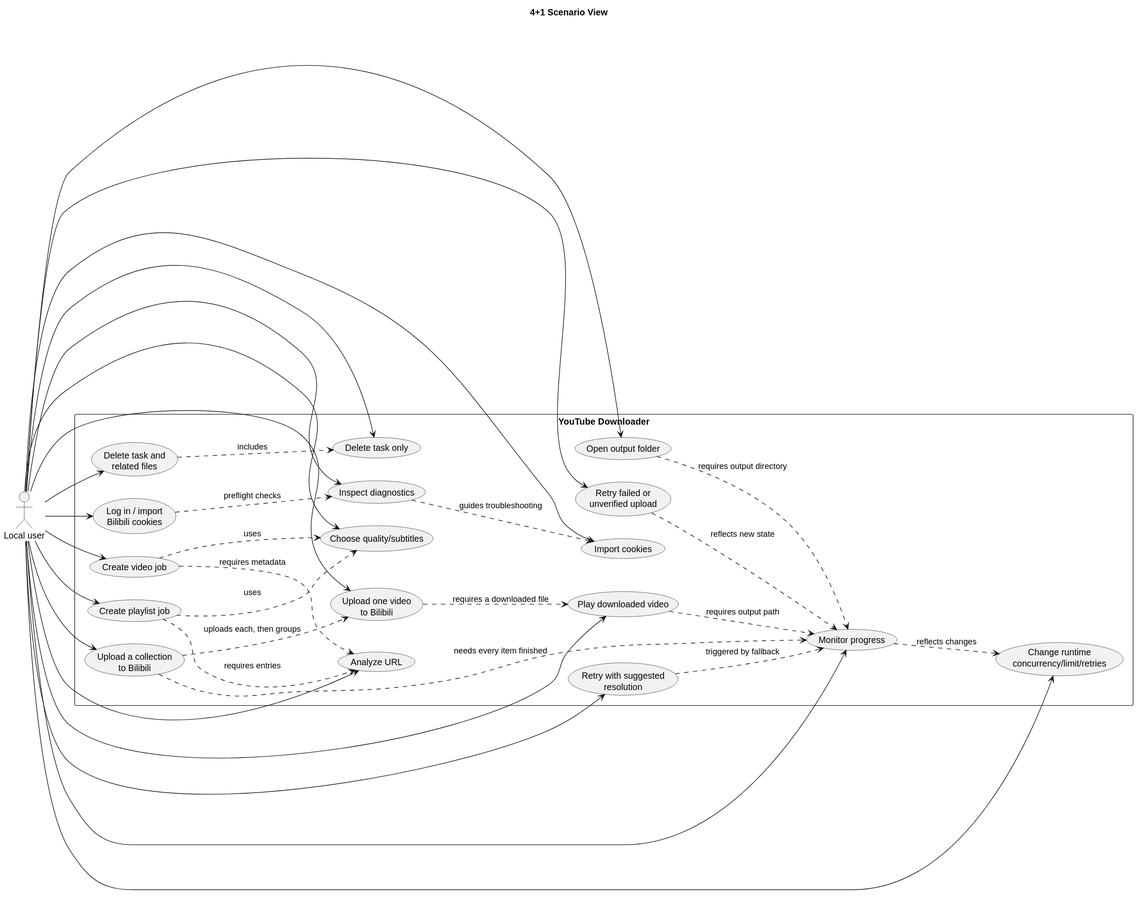
0xaiio/cascade keeps this PlantUML diagram as docs/assets/diagrams/four-plus-one-scenario-view.svg. Above is the earlier version. Its diagram source:
```plantuml
@startuml
title 4+1 Scenario View
left to right direction
skinparam shadowing false

actor "Local user" as User

rectangle "YouTube Downloader" {
  usecase "Analyze URL" as Analyze
  usecase "Create video job" as CreateVideo
  usecase "Create playlist job" as CreatePlaylist
  usecase "Choose quality/subtitles" as Options
  usecase "Monitor progress" as Monitor
  usecase "Change runtime\nconcurrency/limit/retries" as RuntimeSettings
  usecase "Import cookies" as ImportCookies
  usecase "Retry with suggested\nresolution" as RetryResolution
  usecase "Play downloaded video" as Play
  usecase "Open output folder" as OpenFolder
  usecase "Delete task only" as DeleteTask
  usecase "Delete task and\nrelated files" as DeleteFiles
  usecase "Inspect diagnostics" as Diagnostics
  usecase "Upload one video\nto Bilibili" as UploadSingle
  usecase "Upload a collection\nto Bilibili" as UploadCollection
  usecase "Log in / import\nBilibili cookies" as BiliLogin
  usecase "Retry failed or\nunverified upload" as UploadRetry
}

User --> Analyze
User --> Options
User --> CreateVideo
User --> CreatePlaylist
User --> Monitor
User --> RuntimeSettings
User --> ImportCookies
User --> RetryResolution
User --> Play
User --> OpenFolder
User --> DeleteTask
User --> DeleteFiles
User --> Diagnostics
User --> UploadSingle
User --> UploadCollection
User --> BiliLogin
User --> UploadRetry

CreateVideo ..> Analyze : requires metadata
CreatePlaylist ..> Analyze : requires entries
CreateVideo ..> Options : uses
CreatePlaylist ..> Options : uses
Monitor ..> RuntimeSettings : reflects changes
RetryResolution ..> Monitor : triggered by fallback
Play ..> Monitor : requires output path
OpenFolder ..> Monitor : requires output directory
DeleteFiles ..> DeleteTask : includes
Diagnostics ..> ImportCookies : guides troubleshooting
UploadSingle ..> Play : requires a downloaded file
UploadCollection ..> Monitor : needs every item finished
UploadCollection ..> UploadSingle : uploads each, then groups
UploadRetry ..> Monitor : reflects new state
BiliLogin ..> Diagnostics : preflight checks
@enduml
```
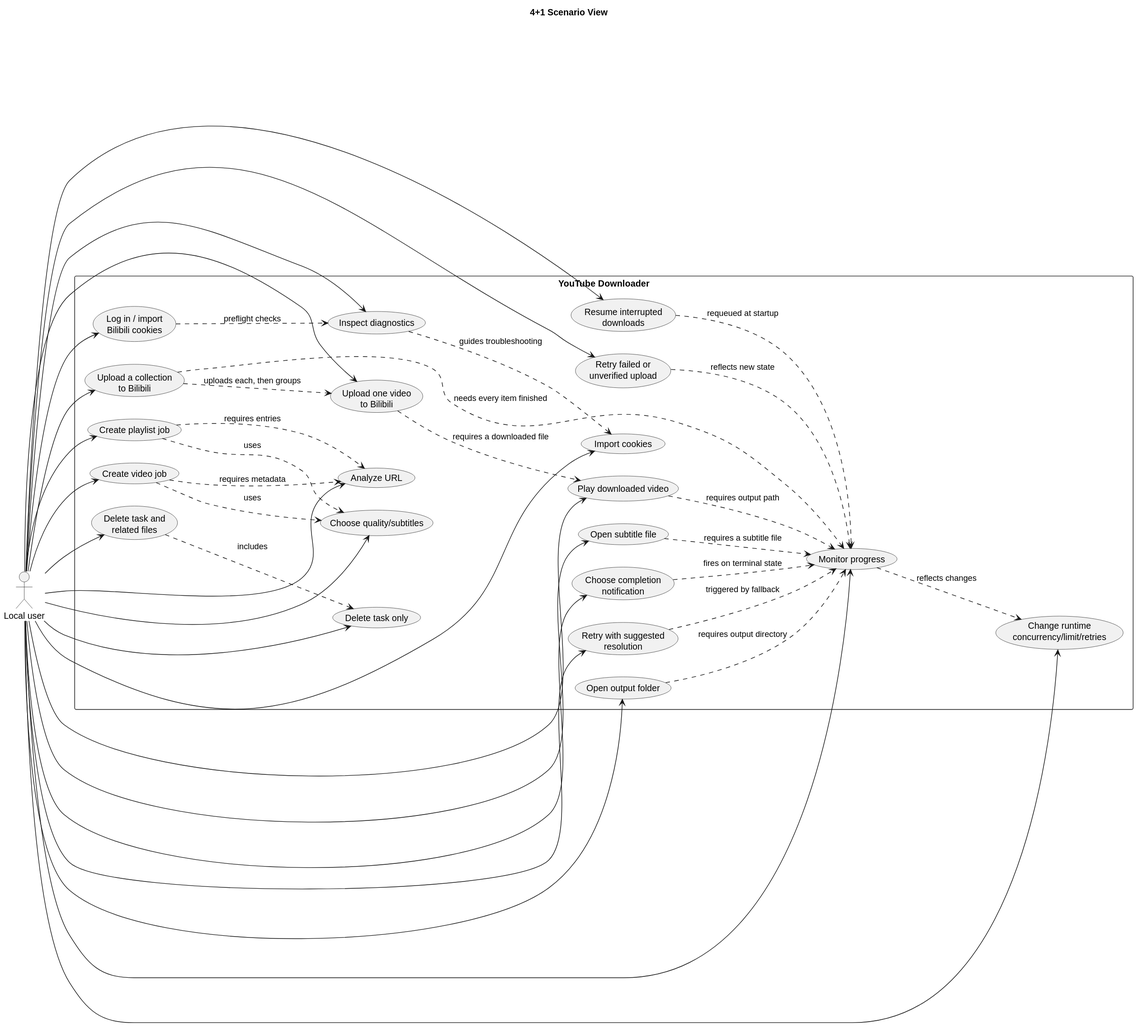
The same diagram one commit later.

Diff of the diagram source:
```diff
@@ -16,9 +16,12 @@
   usecase "Retry with suggested\nresolution" as RetryResolution
   usecase "Play downloaded video" as Play
   usecase "Open output folder" as OpenFolder
+  usecase "Open subtitle file" as OpenSubtitle
   usecase "Delete task only" as DeleteTask
   usecase "Delete task and\nrelated files" as DeleteFiles
   usecase "Inspect diagnostics" as Diagnostics
+  usecase "Choose completion\nnotification" as NotifySetting
+  usecase "Resume interrupted\ndownloads" as ResumeOrphans
   usecase "Upload one video\nto Bilibili" as UploadSingle
   usecase "Upload a collection\nto Bilibili" as UploadCollection
   usecase "Log in / import\nBilibili cookies" as BiliLogin
@@ -35,9 +38,12 @@
 User --> RetryResolution
 User --> Play
 User --> OpenFolder
+User --> OpenSubtitle
 User --> DeleteTask
 User --> DeleteFiles
 User --> Diagnostics
+User --> NotifySetting
+User --> ResumeOrphans
 User --> UploadSingle
 User --> UploadCollection
 User --> BiliLogin
@@ -51,8 +57,11 @@
 RetryResolution ..> Monitor : triggered by fallback
 Play ..> Monitor : requires output path
 OpenFolder ..> Monitor : requires output directory
+OpenSubtitle ..> Monitor : requires a subtitle file
 DeleteFiles ..> DeleteTask : includes
 Diagnostics ..> ImportCookies : guides troubleshooting
+NotifySetting ..> Monitor : fires on terminal state
+ResumeOrphans ..> Monitor : requeued at startup
 UploadSingle ..> Play : requires a downloaded file
 UploadCollection ..> Monitor : needs every item finished
 UploadCollection ..> UploadSingle : uploads each, then groups
```
